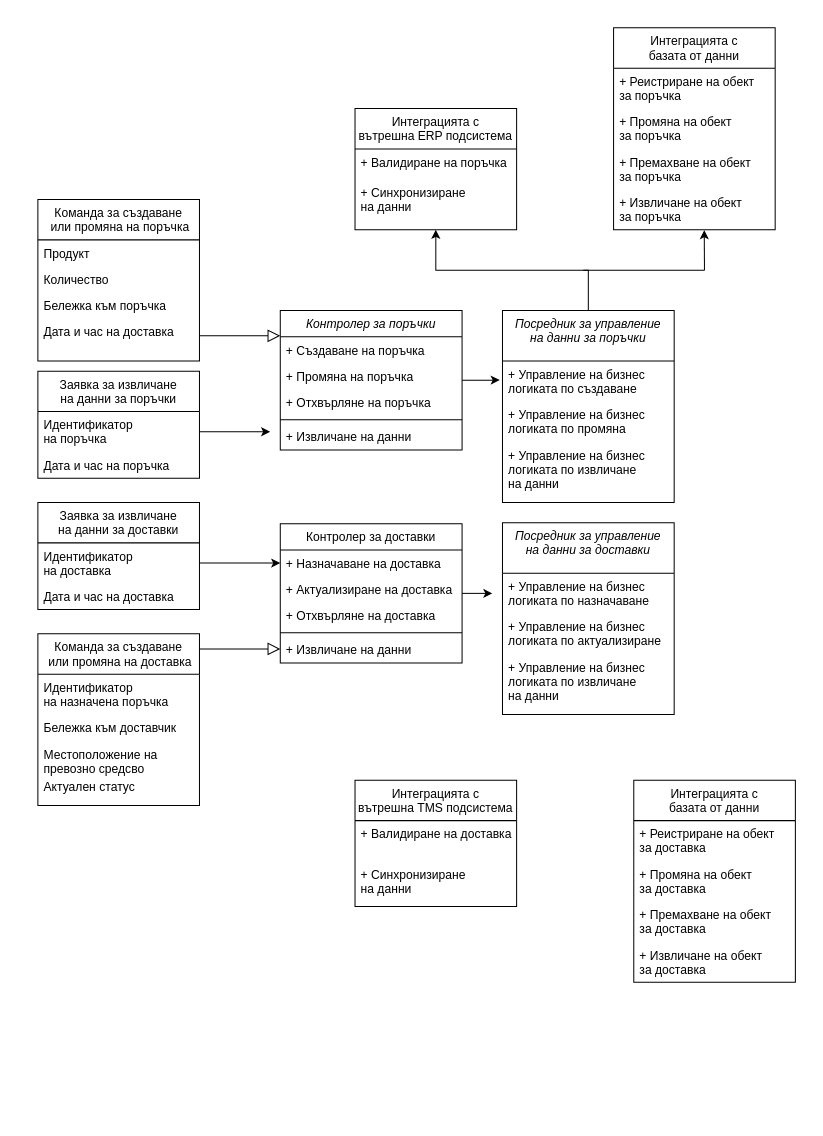
profjordanov/phd keeps this draw.io diagram as Chapter2/ClassDiagram.drawio. Above is the earlier version. Source tidied: cells renumbered, new cells numbered last; positions are measured from the earlier drawing's top-left corner, leaving out a move shared by most shapes. Both pictures are drawn from the tidied source at 101%, with x=0, y=0 at pixel (37, 27).
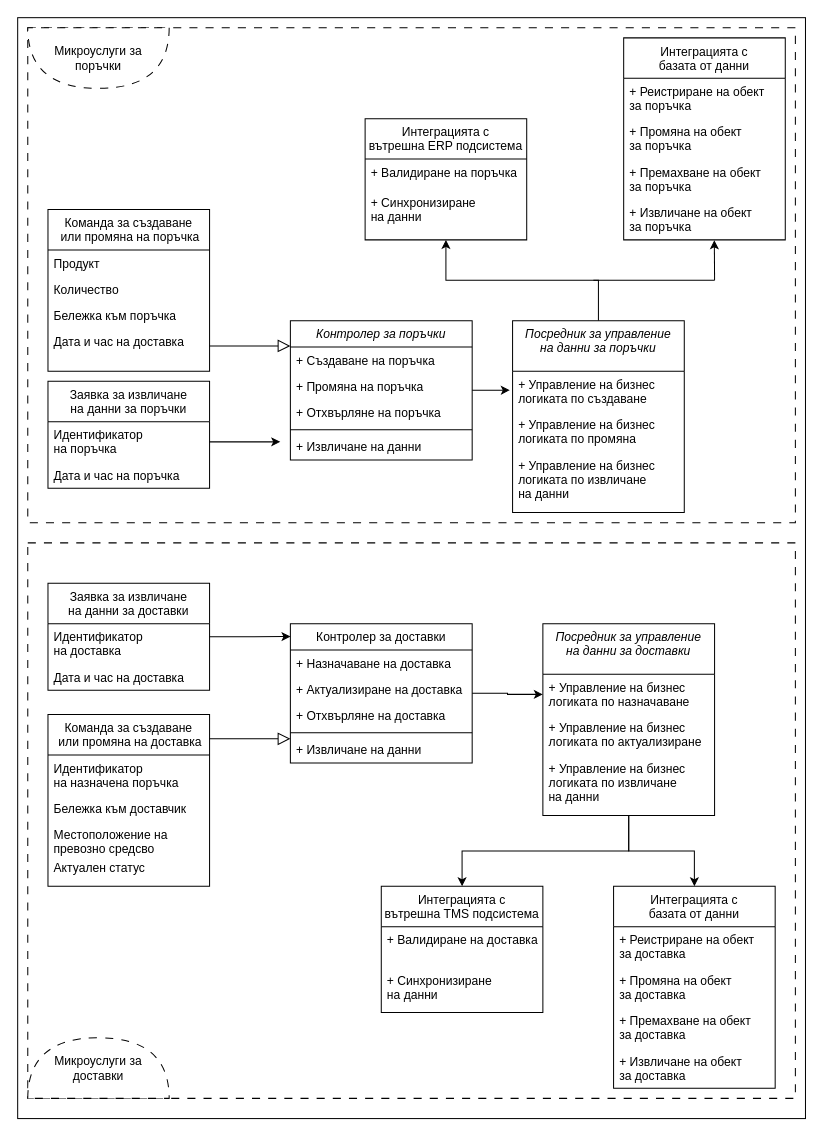
The same page after the edit.

The change refers to these unchanged cells:
```xml
<mxCell id="32" value="+ Назначаване на доставка" style="text;align=left;verticalAlign=top;spacingLeft=4;spacingRight=4;overflow=hidden;points=[[0,0.5],[1,0.5]];portConstraint=eastwest;" parent="31" vertex="1">
  <mxGeometry y="26" width="180" height="26" as="geometry" />
</mxCell>
<mxCell id="52" value="+ Управление на бизнес &#10;логиката по назначаване " style="text;align=left;verticalAlign=top;spacingLeft=4;spacingRight=4;overflow=hidden;points=[[0,0.5],[1,0.5]];portConstraint=eastwest;" parent="51" vertex="1">
  <mxGeometry y="50" width="170" height="40" as="geometry" />
</mxCell>
<mxCell id="57" value="Идентификатор &#10;на поръчка" style="text;align=left;verticalAlign=top;spacingLeft=4;spacingRight=4;overflow=hidden;points=[[0,0.5],[1,0.5]];portConstraint=eastwest;" parent="55" vertex="1">
  <mxGeometry y="40" width="160" height="40" as="geometry" />
</mxCell>
<mxCell id="60" value="Идентификатор &#10;на доставка" style="text;align=left;verticalAlign=top;spacingLeft=4;spacingRight=4;overflow=hidden;points=[[0,0.5],[1,0.5]];portConstraint=eastwest;" parent="59" vertex="1">
  <mxGeometry y="40" width="160" height="40" as="geometry" />
</mxCell>
```

Diff of the diagram source:
```diff
@@
+    <mxCell id="63" style="rounded=0;whiteSpace=wrap;html=1;" parent="1" vertex="1">
+      <mxGeometry x="-20" y="-10" width="780" height="1090" as="geometry" />
+    </mxCell>
+    <mxCell id="64" style="rounded=0;whiteSpace=wrap;html=1;dashed=1;dashPattern=8 8;fillColor=none;" parent="1" vertex="1">
+      <mxGeometry x="-10" y="510" width="760" height="550" as="geometry" />
+    </mxCell>
     <mxCell id="2" value="Контролер за поръчки" style="swimlane;fontStyle=2;align=center;verticalAlign=top;horizontal=1;startSize=26;rounded=0;shadow=0;strokeWidth=1;" parent="1" vertex="1">
-      <mxGeometry x="240" y="280" width="180" height="138" as="geometry" />
+      <mxGeometry x="250" y="290" width="180" height="138" as="geometry" />
     </mxCell>
@@
-    <mxCell id="6" style="line;html=1;strokeWidth=1;align=left;verticalAlign=middle;spacingTop=-1;spacingLeft=3;spacingRight=3;labelPosition=right;" parent="2" vertex="1">
-      <mxGeometry y="104" width="180" height="8" as="geometry" />
-    </mxCell>
-    <mxCell id="7" value="+ Извличане на данни" style="text;align=left;verticalAlign=top;spacingLeft=4;spacingRight=4;overflow=hidden;" parent="2" vertex="1">
-      <mxGeometry y="112" width="180" height="26" as="geometry" />
-    </mxCell>
+    <mxCell id="65" style="line;html=1;strokeWidth=1;align=left;verticalAlign=middle;spacingTop=-1;spacingLeft=3;spacingRight=3;labelPosition=right;" parent="2" vertex="1">
+      <mxGeometry y="104" width="180" height="8" as="geometry" />
+    </mxCell>
+    <mxCell id="66" value="+ Извличане на данни" style="text;align=left;verticalAlign=top;spacingLeft=4;spacingRight=4;overflow=hidden;" parent="2" vertex="1">
+      <mxGeometry y="112" width="180" height="26" as="geometry" />
+    </mxCell>
     <mxCell id="8" value="Команда за създаване&#10; или промяна на поръчка" style="swimlane;fontStyle=0;align=center;verticalAlign=top;horizontal=1;startSize=40;rounded=0;shadow=0;strokeWidth=1;" parent="1" vertex="1">
-      <mxGeometry y="170" width="160" height="160" as="geometry" />
+      <mxGeometry x="10" y="180" width="160" height="160" as="geometry" />
     </mxCell>
@@
-    <mxCell id="14" value="Интеграцията с &#10;базата от данни" style="swimlane;fontStyle=0;align=center;verticalAlign=top;horizontal=1;startSize=40;rounded=0;shadow=0;strokeWidth=1;" parent="1" vertex="1">
-      <mxGeometry x="570" width="160" height="200" as="geometry" />
-    </mxCell>
+    <mxCell id="67" value="Интеграцията с &#10;базата от данни" style="swimlane;fontStyle=0;align=center;verticalAlign=top;horizontal=1;startSize=40;rounded=0;shadow=0;strokeWidth=1;" parent="1" vertex="1">
+      <mxGeometry x="580" y="10" width="160" height="200" as="geometry" />
+    </mxCell>
-    <mxCell id="15" value="+ Реистриране на обект&#10;за поръчка" style="text;align=left;verticalAlign=top;spacingLeft=4;spacingRight=4;overflow=hidden;" parent="14" vertex="1">
+    <mxCell id="15" value="+ Реистриране на обект&#10;за поръчка" style="text;align=left;verticalAlign=top;spacingLeft=4;spacingRight=4;overflow=hidden;" parent="67" vertex="1">
       <mxGeometry y="40" width="160" height="40" as="geometry" />
     </mxCell>
-    <mxCell id="16" value="+ Промяна на обект&#10;за поръчка" style="text;align=left;verticalAlign=top;spacingLeft=4;spacingRight=4;overflow=hidden;rounded=0;shadow=0;html=0;" parent="14" vertex="1">
+    <mxCell id="16" value="+ Промяна на обект&#10;за поръчка" style="text;align=left;verticalAlign=top;spacingLeft=4;spacingRight=4;overflow=hidden;rounded=0;shadow=0;html=0;" parent="67" vertex="1">
       <mxGeometry y="80" width="160" height="40" as="geometry" />
     </mxCell>
-    <mxCell id="17" value="+ Премахване на обект&#10;за поръчка" style="text;align=left;verticalAlign=top;spacingLeft=4;spacingRight=4;overflow=hidden;rounded=0;shadow=0;html=0;" parent="14" vertex="1">
+    <mxCell id="17" value="+ Премахване на обект&#10;за поръчка" style="text;align=left;verticalAlign=top;spacingLeft=4;spacingRight=4;overflow=hidden;rounded=0;shadow=0;html=0;" parent="67" vertex="1">
       <mxGeometry y="120" width="160" height="40" as="geometry" />
     </mxCell>
-    <mxCell id="18" value="+ Извличане на обект&#10;за поръчка" style="text;align=left;verticalAlign=top;spacingLeft=4;spacingRight=4;overflow=hidden;points=[[0,0.5],[1,0.5]];portConstraint=eastwest;rounded=0;shadow=0;html=0;" parent="14" vertex="1">
+    <mxCell id="18" value="+ Извличане на обект&#10;за поръчка" style="text;align=left;verticalAlign=top;spacingLeft=4;spacingRight=4;overflow=hidden;points=[[0,0.5],[1,0.5]];portConstraint=eastwest;rounded=0;shadow=0;html=0;" parent="67" vertex="1">
       <mxGeometry y="160" width="160" height="40" as="geometry" />
     </mxCell>
     <mxCell id="19" value="Интеграцията с &#10;вътрешна ERP подсистема" style="swimlane;fontStyle=0;align=center;verticalAlign=top;horizontal=1;startSize=40;rounded=0;shadow=0;strokeWidth=1;" parent="1" vertex="1">
-      <mxGeometry x="314" y="80" width="160" height="120" as="geometry" />
+      <mxGeometry x="324" y="90" width="160" height="120" as="geometry" />
     </mxCell>
@@
     <mxCell id="23" value="Посредник за управление &#10;на данни за поръчки" style="swimlane;fontStyle=2;align=center;verticalAlign=top;horizontal=1;startSize=50;rounded=0;shadow=0;strokeWidth=1;" parent="1" vertex="1">
-      <mxGeometry x="460" y="280" width="170" height="190" as="geometry" />
+      <mxGeometry x="470" y="290" width="170" height="190" as="geometry" />
     </mxCell>
@@
-    <mxCell id="26" value="+ Управление на бизнес &#10;логиката по извличане &#10;на данни" style="text;align=left;verticalAlign=top;spacingLeft=4;spacingRight=4;overflow=hidden;" parent="23" vertex="1">
-      <mxGeometry y="130" width="170" height="50" as="geometry" />
-    </mxCell>
-    <mxCell id="27" style="endArrow=classic;html=1;rounded=0;entryX=0.561;entryY=1.009;entryDx=0;entryDy=0;entryPerimeter=0;" parent="1" edge="1" target="18">
-      <mxGeometry relative="1" as="geometry">
-        <mxPoint x="660" y="240" as="sourcePoint" />
-      </mxGeometry>
-    </mxCell>
-    <mxCell id="28" style="endArrow=none;html=1;rounded=0;" parent="1" edge="1">
-      <mxGeometry relative="1" as="geometry">
-        <mxPoint x="540" y="240" as="sourcePoint" />
-        <mxPoint x="660" y="240" as="targetPoint" />
-      </mxGeometry>
-    </mxCell>
-    <mxCell id="29" style="edgeStyle=orthogonalEdgeStyle;rounded=0;jettySize=auto;html=1;entryX=-0.017;entryY=0.471;entryDx=0;entryDy=0;entryPerimeter=0;" parent="1" edge="1" source="2">
-      <mxGeometry relative="1" as="geometry">
-        <mxPoint x="457.3" y="348.8" as="targetPoint" />
-      </mxGeometry>
-    </mxCell>
-    <mxCell id="30" style="edgeStyle=orthogonalEdgeStyle;rounded=0;jettySize=auto;html=1;" parent="1" edge="1" source="31">
-      <mxGeometry relative="1" as="geometry">
-        <mxPoint x="450" y="560" as="targetPoint" />
-      </mxGeometry>
-    </mxCell>
+    <mxCell id="68" value="+ Управление на бизнес &#10;логиката по извличане &#10;на данни" style="text;align=left;verticalAlign=top;spacingLeft=4;spacingRight=4;overflow=hidden;" parent="23" vertex="1">
+      <mxGeometry y="130" width="170" height="50" as="geometry" />
+    </mxCell>
+    <mxCell id="69" style="endArrow=classic;html=1;rounded=0;entryX=0.561;entryY=1.009;entryDx=0;entryDy=0;entryPerimeter=0;" parent="1" edge="1" target="18">
+      <mxGeometry relative="1" as="geometry">
+        <mxPoint x="670" y="250" as="sourcePoint" />
+      </mxGeometry>
+    </mxCell>
+    <mxCell id="70" style="endArrow=none;html=1;rounded=0;" parent="1" edge="1">
+      <mxGeometry relative="1" as="geometry">
+        <mxPoint x="550" y="250" as="sourcePoint" />
+        <mxPoint x="670" y="250" as="targetPoint" />
+      </mxGeometry>
+    </mxCell>
+    <mxCell id="71" style="edgeStyle=orthogonalEdgeStyle;rounded=0;jettySize=auto;html=1;entryX=-0.017;entryY=0.471;entryDx=0;entryDy=0;entryPerimeter=0;" parent="1" edge="1" source="2">
+      <mxGeometry relative="1" as="geometry">
+        <mxPoint x="467.3" y="358.8" as="targetPoint" />
+      </mxGeometry>
+    </mxCell>
+    <mxCell id="72" style="edgeStyle=orthogonalEdgeStyle;rounded=0;jettySize=auto;html=1;entryX=0;entryY=0.5;entryDx=0;entryDy=0;" parent="1" edge="1" source="31" target="52">
+      <mxGeometry relative="1" as="geometry" />
+    </mxCell>
     <mxCell id="31" value="Контролер за доставки" style="swimlane;fontStyle=0;align=center;verticalAlign=top;horizontal=1;startSize=26;rounded=0;shadow=0;strokeWidth=1;" parent="1" vertex="1">
-      <mxGeometry x="240" y="491" width="180" height="138" as="geometry" />
+      <mxGeometry x="250" y="590" width="180" height="138" as="geometry" />
     </mxCell>
@@
-    <mxCell id="35" style="line;html=1;strokeWidth=1;align=left;verticalAlign=middle;spacingTop=-1;spacingLeft=3;spacingRight=3;labelPosition=right;" parent="31" vertex="1">
-      <mxGeometry y="104" width="180" height="8" as="geometry" />
-    </mxCell>
-    <mxCell id="36" value="+ Извличане на данни" style="text;align=left;verticalAlign=top;spacingLeft=4;spacingRight=4;overflow=hidden;" parent="31" vertex="1">
-      <mxGeometry y="112" width="180" height="26" as="geometry" />
-    </mxCell>
+    <mxCell id="73" style="line;html=1;strokeWidth=1;align=left;verticalAlign=middle;spacingTop=-1;spacingLeft=3;spacingRight=3;labelPosition=right;" parent="31" vertex="1">
+      <mxGeometry y="104" width="180" height="8" as="geometry" />
+    </mxCell>
+    <mxCell id="74" value="+ Извличане на данни" style="text;align=left;verticalAlign=top;spacingLeft=4;spacingRight=4;overflow=hidden;" parent="31" vertex="1">
+      <mxGeometry y="112" width="180" height="26" as="geometry" />
+    </mxCell>
     <mxCell id="37" value="Команда за създаване&#10; или промяна на доставка" style="swimlane;fontStyle=0;align=center;verticalAlign=top;horizontal=1;startSize=40;rounded=0;shadow=0;strokeWidth=1;" parent="1" vertex="1">
-      <mxGeometry y="600" width="160" height="170" as="geometry" />
+      <mxGeometry x="10" y="680" width="160" height="170" as="geometry" />
     </mxCell>
@@
-    <mxCell id="43" value="Интеграцията с &#10;базата от данни" style="swimlane;fontStyle=0;align=center;verticalAlign=top;horizontal=1;startSize=40;rounded=0;shadow=0;strokeWidth=1;" parent="1" vertex="1">
-      <mxGeometry x="590" y="745" width="160" height="200" as="geometry" />
-    </mxCell>
+    <mxCell id="75" value="Интеграцията с &#10;базата от данни" style="swimlane;fontStyle=0;align=center;verticalAlign=top;horizontal=1;startSize=40;rounded=0;shadow=0;strokeWidth=1;" parent="1" vertex="1">
+      <mxGeometry x="570" y="850" width="160" height="200" as="geometry" />
+    </mxCell>
-    <mxCell id="44" value="+ Реистриране на обект&#10;за доставка" style="text;align=left;verticalAlign=top;spacingLeft=4;spacingRight=4;overflow=hidden;" parent="43" vertex="1">
+    <mxCell id="44" value="+ Реистриране на обект&#10;за доставка" style="text;align=left;verticalAlign=top;spacingLeft=4;spacingRight=4;overflow=hidden;" parent="75" vertex="1">
       <mxGeometry y="40" width="160" height="40" as="geometry" />
     </mxCell>
-    <mxCell id="45" value="+ Промяна на обект&#10;за доставка" style="text;align=left;verticalAlign=top;spacingLeft=4;spacingRight=4;overflow=hidden;rounded=0;shadow=0;html=0;" parent="43" vertex="1">
+    <mxCell id="45" value="+ Промяна на обект&#10;за доставка" style="text;align=left;verticalAlign=top;spacingLeft=4;spacingRight=4;overflow=hidden;rounded=0;shadow=0;html=0;" parent="75" vertex="1">
       <mxGeometry y="80" width="160" height="40" as="geometry" />
     </mxCell>
-    <mxCell id="46" value="+ Премахване на обект&#10;за доставка" style="text;align=left;verticalAlign=top;spacingLeft=4;spacingRight=4;overflow=hidden;rounded=0;shadow=0;html=0;" parent="43" vertex="1">
+    <mxCell id="46" value="+ Премахване на обект&#10;за доставка" style="text;align=left;verticalAlign=top;spacingLeft=4;spacingRight=4;overflow=hidden;rounded=0;shadow=0;html=0;" parent="75" vertex="1">
       <mxGeometry y="120" width="160" height="40" as="geometry" />
     </mxCell>
-    <mxCell id="47" value="+ Извличане на обект&#10;за доставка" style="text;align=left;verticalAlign=top;spacingLeft=4;spacingRight=4;overflow=hidden;rounded=0;shadow=0;html=0;" parent="43" vertex="1">
+    <mxCell id="47" value="+ Извличане на обект&#10;за доставка" style="text;align=left;verticalAlign=top;spacingLeft=4;spacingRight=4;overflow=hidden;rounded=0;shadow=0;html=0;" parent="75" vertex="1">
       <mxGeometry y="160" width="160" height="40" as="geometry" />
     </mxCell>
     <mxCell id="48" value="Интеграцията с &#10;вътрешна TMS подсистема" style="swimlane;fontStyle=0;align=center;verticalAlign=top;horizontal=1;startSize=40;rounded=0;shadow=0;strokeWidth=1;" parent="1" vertex="1">
-      <mxGeometry x="314" y="745" width="160" height="125" as="geometry" />
+      <mxGeometry x="340" y="850" width="160" height="125" as="geometry" />
     </mxCell>
@@
+    <mxCell id="76" style="edgeStyle=orthogonalEdgeStyle;rounded=0;jettySize=auto;html=1;entryX=0.5;entryY=0;entryDx=0;entryDy=0;" parent="1" edge="1" source="51" target="75">
+      <mxGeometry relative="1" as="geometry" />
+    </mxCell>
+    <mxCell id="77" style="edgeStyle=orthogonalEdgeStyle;rounded=0;jettySize=auto;html=1;entryX=0.5;entryY=0;entryDx=0;entryDy=0;" parent="1" edge="1" source="51" target="48">
+      <mxGeometry relative="1" as="geometry" />
+    </mxCell>
     <mxCell id="51" value="Посредник за управление &#10;на данни за доставки" style="swimlane;fontStyle=2;align=center;verticalAlign=top;horizontal=1;startSize=50;rounded=0;shadow=0;strokeWidth=1;" parent="1" vertex="1">
-      <mxGeometry x="460" y="490" width="170" height="190" as="geometry" />
+      <mxGeometry x="500" y="590" width="170" height="190" as="geometry" />
     </mxCell>
@@
-    <mxCell id="54" value="+ Управление на бизнес &#10;логиката по извличане &#10;на данни" style="text;align=left;verticalAlign=top;spacingLeft=4;spacingRight=4;overflow=hidden;" parent="51" vertex="1">
-      <mxGeometry y="130" width="170" height="50" as="geometry" />
-    </mxCell>
+    <mxCell id="78" value="+ Управление на бизнес &#10;логиката по извличане &#10;на данни" style="text;align=left;verticalAlign=top;spacingLeft=4;spacingRight=4;overflow=hidden;" parent="51" vertex="1">
+      <mxGeometry y="130" width="170" height="50" as="geometry" />
+    </mxCell>
     <mxCell id="55" value="Заявка за извличане&#10;на данни за поръчки" style="swimlane;fontStyle=0;align=center;verticalAlign=top;horizontal=1;startSize=40;rounded=0;shadow=0;strokeWidth=1;" parent="1" vertex="1">
-      <mxGeometry y="340" width="160" height="106" as="geometry" />
+      <mxGeometry x="10" y="350" width="160" height="106" as="geometry" />
     </mxCell>
-    <mxCell id="56" style="edgeStyle=orthogonalEdgeStyle;rounded=0;jettySize=auto;html=1;" parent="55" edge="1" source="57">
-      <mxGeometry relative="1" as="geometry">
-        <mxPoint x="230" y="60" as="targetPoint" />
-      </mxGeometry>
-    </mxCell>
+    <mxCell id="79" style="edgeStyle=orthogonalEdgeStyle;rounded=0;jettySize=auto;html=1;" parent="55" edge="1" source="57">
+      <mxGeometry relative="1" as="geometry">
+        <mxPoint x="230" y="60" as="targetPoint" />
+      </mxGeometry>
+    </mxCell>
@@
     <mxCell id="59" value="Заявка за извличане&#10;на данни за доставки" style="swimlane;fontStyle=0;align=center;verticalAlign=top;horizontal=1;startSize=40;rounded=0;shadow=0;strokeWidth=1;" parent="1" vertex="1">
-      <mxGeometry y="470" width="160" height="106" as="geometry" />
+      <mxGeometry x="10" y="550" width="160" height="106" as="geometry" />
     </mxCell>
@@
-    <mxCell id="62" style="edgeStyle=orthogonalEdgeStyle;rounded=0;jettySize=auto;html=1;entryX=0;entryY=0.5;entryDx=0;entryDy=0;" parent="1" edge="1" source="60" target="32">
-      <mxGeometry relative="1" as="geometry" />
-    </mxCell>
+    <mxCell id="80" style="edgeStyle=orthogonalEdgeStyle;rounded=0;jettySize=auto;html=1;entryX=0.001;entryY=0.092;entryDx=0;entryDy=0;entryPerimeter=0;" parent="1" edge="1" source="59" target="31">
+      <mxGeometry relative="1" as="geometry" />
+    </mxCell>
+    <mxCell id="81" style="rounded=0;whiteSpace=wrap;html=1;dashed=1;dashPattern=8 8;fillColor=none;" parent="1" vertex="1">
+      <mxGeometry x="-10" width="760" height="490" as="geometry" />
+    </mxCell>
+    <mxCell id="82" value="Микроуслуги за&lt;br&gt;поръчки" style="shape=or;whiteSpace=wrap;html=1;direction=south;dashed=1;dashPattern=8 8;" parent="1" vertex="1">
+      <mxGeometry x="-10" width="140" height="60" as="geometry" />
+    </mxCell>
+    <mxCell id="83" value="Микроуслуги за&lt;br&gt;доставки" style="shape=or;whiteSpace=wrap;html=1;direction=north;dashed=1;dashPattern=8 8;" parent="1" vertex="1">
+      <mxGeometry x="-10" y="1000" width="140" height="60" as="geometry" />
+    </mxCell>
```
